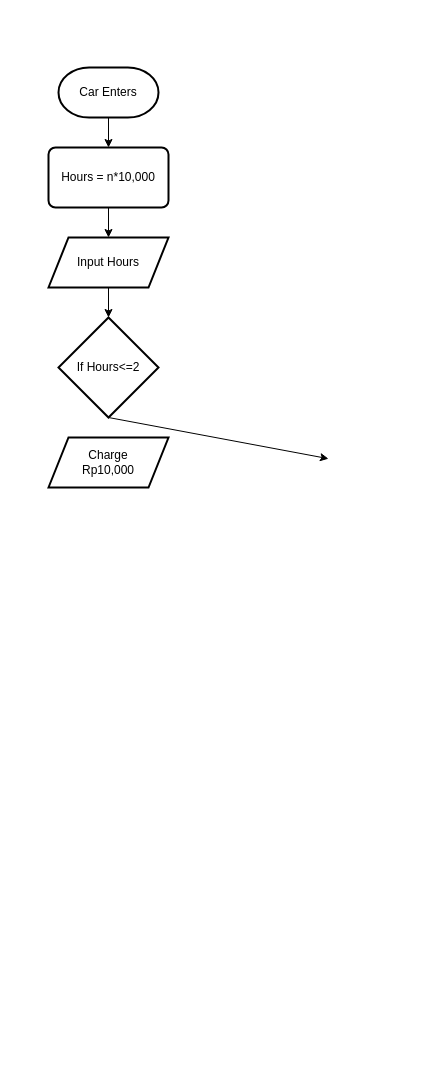
Above: Parking Tax.drawio in troders34/troders34 (draw.io), before the change. Source tidied: cells renumbered, new cells numbered last; positions are measured from the earlier drawing's top-left corner, leaving out a move shared by most shapes. Both pictures are drawn from the tidied source at 100%, with x=0, y=0 at pixel (48, 67).
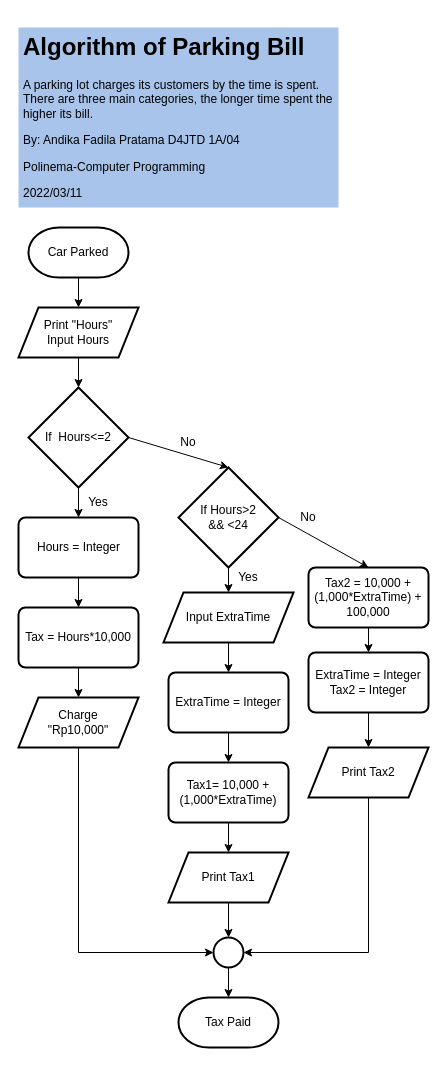
Above is the later version.

Change to the diagram source:
```diff
@@
+    <mxCell id="16" style="rounded=1;whiteSpace=wrap;html=1;absoluteArcSize=1;arcSize=14;strokeWidth=2;" parent="1" vertex="1">
+      <mxGeometry x="260" y="500" width="120" height="60" as="geometry" />
+    </mxCell>
+    <mxCell id="17" style="shape=parallelogram;perimeter=parallelogramPerimeter;whiteSpace=wrap;html=1;fixedSize=1;strokeWidth=2;" parent="1" vertex="1">
+      <mxGeometry x="115" y="525" width="130" height="50" as="geometry" />
+    </mxCell>
+    <mxCell id="18" style="strokeWidth=2;html=1;shape=mxgraph.flowchart.decision;whiteSpace=wrap;" parent="1" vertex="1">
+      <mxGeometry x="130" y="400" width="100" height="100" as="geometry" />
+    </mxCell>
     <mxCell id="2" style="strokeWidth=2;html=1;shape=mxgraph.flowchart.terminator;whiteSpace=wrap;" parent="1" vertex="1">
-      <mxGeometry x="10" width="100" height="50" as="geometry" />
+      <mxGeometry x="-20" y="160" width="100" height="50" as="geometry" />
     </mxCell>
-    <mxCell id="3" value="Car Enters" style="text;html=1;strokeColor=none;fillColor=none;align=center;verticalAlign=middle;whiteSpace=wrap;rounded=0;" parent="1" vertex="1">
-      <mxGeometry x="25" y="10" width="70" height="30" as="geometry" />
+    <mxCell id="3" value="Car Parked" style="text;html=1;strokeColor=none;fillColor=none;align=center;verticalAlign=middle;whiteSpace=wrap;rounded=0;" parent="1" vertex="1">
+      <mxGeometry x="-5" y="170" width="70" height="30" as="geometry" />
     </mxCell>
-    <mxCell id="4" style="endArrow=classic;html=1;rounded=0;exitX=0.5;exitY=1;exitDx=0;exitDy=0;exitPerimeter=0;entryX=0.5;entryY=0;entryDx=0;entryDy=0;" parent="1" edge="1" source="2" target="5">
-      <mxGeometry relative="1" as="geometry" />
-    </mxCell>
     <mxCell id="5" style="rounded=1;whiteSpace=wrap;html=1;absoluteArcSize=1;arcSize=14;strokeWidth=2;" parent="1" vertex="1">
-      <mxGeometry y="80" width="120" height="60" as="geometry" />
+      <mxGeometry x="-30" y="540" width="120" height="60" as="geometry" />
     </mxCell>
-    <mxCell id="6" value="Hours = n*10,000" style="text;html=1;strokeColor=none;fillColor=none;align=center;verticalAlign=middle;whiteSpace=wrap;rounded=0;" parent="1" vertex="1">
-      <mxGeometry x="10" y="95" width="100" height="30" as="geometry" />
+    <mxCell id="6" value="Tax = Hours*10,000" style="text;html=1;strokeColor=none;fillColor=none;align=center;verticalAlign=middle;whiteSpace=wrap;rounded=0;" parent="1" vertex="1">
+      <mxGeometry x="-30" y="555" width="120" height="30" as="geometry" />
     </mxCell>
-    <mxCell id="7" style="endArrow=classic;html=1;rounded=0;exitX=0.5;exitY=1;exitDx=0;exitDy=0;entryX=0.5;entryY=0;entryDx=0;entryDy=0;" parent="1" edge="1" source="5" target="8">
-      <mxGeometry relative="1" as="geometry" />
-    </mxCell>
     <mxCell id="8" style="shape=parallelogram;perimeter=parallelogramPerimeter;whiteSpace=wrap;html=1;fixedSize=1;strokeWidth=2;" parent="1" vertex="1">
-      <mxGeometry y="170" width="120" height="50" as="geometry" />
+      <mxGeometry x="-30" y="240" width="120" height="50" as="geometry" />
     </mxCell>
-    <mxCell id="9" value="Input Hours" style="text;html=1;strokeColor=none;fillColor=none;align=center;verticalAlign=middle;whiteSpace=wrap;rounded=0;" parent="1" vertex="1">
-      <mxGeometry x="15" y="180" width="90" height="30" as="geometry" />
+    <mxCell id="9" value="&lt;div&gt;Print &quot;Hours&quot;&lt;br&gt;&lt;/div&gt;&lt;div&gt;Input Hours&lt;/div&gt;" style="text;html=1;strokeColor=none;fillColor=none;align=center;verticalAlign=middle;whiteSpace=wrap;rounded=0;" parent="1" vertex="1">
+      <mxGeometry x="-15" y="250" width="90" height="30" as="geometry" />
     </mxCell>
@@
     <mxCell id="11" style="strokeWidth=2;html=1;shape=mxgraph.flowchart.decision;whiteSpace=wrap;" parent="1" vertex="1">
-      <mxGeometry x="10" y="250" width="100" height="100" as="geometry" />
+      <mxGeometry x="-20" y="320" width="100" height="100" as="geometry" />
     </mxCell>
-    <mxCell id="12" value="If Hours&amp;lt;=2" style="text;html=1;strokeColor=none;fillColor=none;align=center;verticalAlign=middle;whiteSpace=wrap;rounded=0;" parent="1" vertex="1">
-      <mxGeometry x="25" y="285" width="70" height="30" as="geometry" />
+    <mxCell id="12" value="If&amp;nbsp; Hours&amp;lt;=2" style="text;html=1;strokeColor=none;fillColor=none;align=center;verticalAlign=middle;whiteSpace=wrap;rounded=0;" parent="1" vertex="1">
+      <mxGeometry x="-5" y="355" width="70" height="30" as="geometry" />
     </mxCell>
-    <mxCell id="13" style="endArrow=classic;html=1;rounded=0;exitX=0.5;exitY=1;exitDx=0;exitDy=0;exitPerimeter=0;" parent="1" edge="1" source="11">
-      <mxGeometry relative="1" as="geometry">
-        <mxPoint x="280" y="391.2" as="targetPoint" />
-      </mxGeometry>
-    </mxCell>
     <mxCell id="14" style="shape=parallelogram;perimeter=parallelogramPerimeter;whiteSpace=wrap;html=1;fixedSize=1;strokeWidth=2;" parent="1" vertex="1">
-      <mxGeometry y="370" width="120" height="50" as="geometry" />
+      <mxGeometry x="-30" y="630" width="120" height="50" as="geometry" />
     </mxCell>
-    <mxCell id="15" value="Charge Rp10,000" style="text;html=1;strokeColor=none;fillColor=none;align=center;verticalAlign=middle;whiteSpace=wrap;rounded=0;" parent="1" vertex="1">
-      <mxGeometry x="30" y="380" width="60" height="30" as="geometry" />
+    <mxCell id="15" value="Charge &quot;Rp10,000&quot;" style="text;html=1;strokeColor=none;fillColor=none;align=center;verticalAlign=middle;whiteSpace=wrap;rounded=0;" parent="1" vertex="1">
+      <mxGeometry y="640" width="60" height="30" as="geometry" />
     </mxCell>
+    <mxCell id="19" style="endArrow=classic;html=1;rounded=0;exitX=0.5;exitY=1;exitDx=0;exitDy=0;entryX=0.5;entryY=0;entryDx=0;entryDy=0;" parent="1" edge="1" source="5" target="14">
+      <mxGeometry relative="1" as="geometry" />
+    </mxCell>
+    <mxCell id="20" value="Yes" style="text;html=1;strokeColor=none;fillColor=none;align=center;verticalAlign=middle;whiteSpace=wrap;rounded=0;" parent="1" vertex="1">
+      <mxGeometry x="30" y="420" width="40" height="30" as="geometry" />
+    </mxCell>
+    <mxCell id="21" style="rounded=1;whiteSpace=wrap;html=1;absoluteArcSize=1;arcSize=14;strokeWidth=2;" parent="1" vertex="1">
+      <mxGeometry x="-30" y="450" width="120" height="60" as="geometry" />
+    </mxCell>
+    <mxCell id="22" style="endArrow=classic;html=1;rounded=0;exitX=0.5;exitY=1;exitDx=0;exitDy=0;exitPerimeter=0;entryX=0.5;entryY=0;entryDx=0;entryDy=0;" parent="1" edge="1" source="11" target="21">
+      <mxGeometry relative="1" as="geometry" />
+    </mxCell>
+    <mxCell id="23" value="Hours = Integer" style="text;html=1;strokeColor=none;fillColor=none;align=center;verticalAlign=middle;whiteSpace=wrap;rounded=0;" parent="1" vertex="1">
+      <mxGeometry x="-17.5" y="465" width="95" height="30" as="geometry" />
+    </mxCell>
+    <mxCell id="24" style="endArrow=classic;html=1;rounded=0;exitX=0.5;exitY=1;exitDx=0;exitDy=0;entryX=0.5;entryY=0;entryDx=0;entryDy=0;" parent="1" edge="1" source="21" target="5">
+      <mxGeometry relative="1" as="geometry" />
+    </mxCell>
+    <mxCell id="25" style="endArrow=classic;html=1;rounded=0;exitX=1;exitY=0.5;exitDx=0;exitDy=0;exitPerimeter=0;entryX=0.5;entryY=0;entryDx=0;entryDy=0;entryPerimeter=0;" parent="1" edge="1" source="11" target="18">
+      <mxGeometry relative="1" as="geometry" />
+    </mxCell>
+    <mxCell id="26" value="If Hours&amp;gt;2 &amp;amp;&amp;amp; &amp;lt;24" style="text;html=1;strokeColor=none;fillColor=none;align=center;verticalAlign=middle;whiteSpace=wrap;rounded=0;" parent="1" vertex="1">
+      <mxGeometry x="145" y="435" width="70" height="30" as="geometry" />
+    </mxCell>
+    <mxCell id="27" value="No" style="text;html=1;strokeColor=none;fillColor=none;align=center;verticalAlign=middle;whiteSpace=wrap;rounded=0;" parent="1" vertex="1">
+      <mxGeometry x="110" y="360" width="60" height="30" as="geometry" />
+    </mxCell>
+    <mxCell id="28" style="endArrow=classic;html=1;rounded=0;exitX=0.5;exitY=1;exitDx=0;exitDy=0;exitPerimeter=0;entryX=0.5;entryY=0;entryDx=0;entryDy=0;" parent="1" edge="1" source="18" target="17">
+      <mxGeometry relative="1" as="geometry" />
+    </mxCell>
+    <mxCell id="29" style="rounded=1;whiteSpace=wrap;html=1;absoluteArcSize=1;arcSize=14;strokeWidth=2;" parent="1" vertex="1">
+      <mxGeometry x="120" y="605" width="120" height="60" as="geometry" />
+    </mxCell>
+    <mxCell id="30" value="&lt;div&gt;ExtraTime = Integer&lt;br&gt;&lt;/div&gt;" style="text;html=1;strokeColor=none;fillColor=none;align=center;verticalAlign=middle;whiteSpace=wrap;rounded=0;" parent="1" vertex="1">
+      <mxGeometry x="121.2" y="620" width="117.5" height="30" as="geometry" />
+    </mxCell>
+    <mxCell id="31" style="rounded=1;whiteSpace=wrap;html=1;absoluteArcSize=1;arcSize=14;strokeWidth=2;" parent="1" vertex="1">
+      <mxGeometry x="120" y="695" width="120" height="60" as="geometry" />
+    </mxCell>
+    <mxCell id="32" value="Tax1= 10,000 + (1,000*ExtraTime)" style="text;html=1;strokeColor=none;fillColor=none;align=center;verticalAlign=middle;whiteSpace=wrap;rounded=0;" parent="1" vertex="1">
+      <mxGeometry x="115" y="710" width="130" height="30" as="geometry" />
+    </mxCell>
+    <mxCell id="33" value="Input ExtraTime" style="text;html=1;strokeColor=none;fillColor=none;align=center;verticalAlign=middle;whiteSpace=wrap;rounded=0;" parent="1" vertex="1">
+      <mxGeometry x="130" y="535" width="100" height="30" as="geometry" />
+    </mxCell>
+    <mxCell id="34" style="endArrow=classic;html=1;rounded=0;exitX=0.5;exitY=1;exitDx=0;exitDy=0;entryX=0.5;entryY=0;entryDx=0;entryDy=0;" parent="1" edge="1" source="17" target="29">
+      <mxGeometry relative="1" as="geometry" />
+    </mxCell>
+    <mxCell id="35" style="endArrow=classic;html=1;rounded=0;exitX=0.5;exitY=1;exitDx=0;exitDy=0;entryX=0.5;entryY=0;entryDx=0;entryDy=0;" parent="1" edge="1" source="29" target="31">
+      <mxGeometry relative="1" as="geometry" />
+    </mxCell>
+    <mxCell id="36" style="endArrow=classic;html=1;rounded=0;exitX=0.5;exitY=1;exitDx=0;exitDy=0;entryX=0.5;entryY=0;entryDx=0;entryDy=0;" parent="1" edge="1" source="31" target="37">
+      <mxGeometry relative="1" as="geometry" />
+    </mxCell>
+    <mxCell id="37" style="shape=parallelogram;perimeter=parallelogramPerimeter;whiteSpace=wrap;html=1;fixedSize=1;strokeWidth=2;" parent="1" vertex="1">
+      <mxGeometry x="120" y="785" width="120" height="50" as="geometry" />
+    </mxCell>
+    <mxCell id="38" value="Print Tax1" style="text;html=1;strokeColor=none;fillColor=none;align=center;verticalAlign=middle;whiteSpace=wrap;rounded=0;" parent="1" vertex="1">
+      <mxGeometry x="150" y="795" width="60" height="30" as="geometry" />
+    </mxCell>
+    <mxCell id="39" style="endArrow=classic;html=1;rounded=0;exitX=1;exitY=0.5;exitDx=0;exitDy=0;exitPerimeter=0;entryX=0.5;entryY=0;entryDx=0;entryDy=0;" parent="1" edge="1" source="18" target="16">
+      <mxGeometry relative="1" as="geometry" />
+    </mxCell>
+    <mxCell id="40" value="Yes" style="text;html=1;strokeColor=none;fillColor=none;align=center;verticalAlign=middle;whiteSpace=wrap;rounded=0;" parent="1" vertex="1">
+      <mxGeometry x="180" y="495" width="40" height="30" as="geometry" />
+    </mxCell>
+    <mxCell id="41" value="No" style="text;html=1;strokeColor=none;fillColor=none;align=center;verticalAlign=middle;whiteSpace=wrap;rounded=0;" parent="1" vertex="1">
+      <mxGeometry x="230" y="435" width="60" height="30" as="geometry" />
+    </mxCell>
+    <mxCell id="42" value="Tax2 = 10,000 + (1,000*ExtraTime) + 100,000" style="text;html=1;strokeColor=none;fillColor=none;align=center;verticalAlign=middle;whiteSpace=wrap;rounded=0;" parent="1" vertex="1">
+      <mxGeometry x="260" y="515" width="120" height="30" as="geometry" />
+    </mxCell>
+    <mxCell id="43" style="rounded=1;whiteSpace=wrap;html=1;absoluteArcSize=1;arcSize=14;strokeWidth=2;" parent="1" vertex="1">
+      <mxGeometry x="260" y="585" width="120" height="60" as="geometry" />
+    </mxCell>
+    <mxCell id="44" style="endArrow=classic;html=1;rounded=0;exitX=0.5;exitY=1;exitDx=0;exitDy=0;entryX=0.5;entryY=0;entryDx=0;entryDy=0;" parent="1" edge="1" source="16" target="43">
+      <mxGeometry relative="1" as="geometry" />
+    </mxCell>
+    <mxCell id="45" value="&lt;div&gt;ExtraTime = Integer&lt;/div&gt;&lt;div&gt;Tax2 = Integer&lt;br&gt;&lt;/div&gt;" style="text;html=1;strokeColor=none;fillColor=none;align=center;verticalAlign=middle;whiteSpace=wrap;rounded=0;" parent="1" vertex="1">
+      <mxGeometry x="260" y="600" width="120" height="30" as="geometry" />
+    </mxCell>
+    <mxCell id="46" style="endArrow=classic;html=1;rounded=0;exitX=0.5;exitY=1;exitDx=0;exitDy=0;entryX=0.5;entryY=0;entryDx=0;entryDy=0;" parent="1" edge="1" source="43" target="47">
+      <mxGeometry relative="1" as="geometry" />
+    </mxCell>
+    <mxCell id="47" style="shape=parallelogram;perimeter=parallelogramPerimeter;whiteSpace=wrap;html=1;fixedSize=1;strokeWidth=2;" parent="1" vertex="1">
+      <mxGeometry x="260" y="680" width="120" height="50" as="geometry" />
+    </mxCell>
+    <mxCell id="48" value="Print Tax2" style="text;html=1;strokeColor=none;fillColor=none;align=center;verticalAlign=middle;whiteSpace=wrap;rounded=0;" parent="1" vertex="1">
+      <mxGeometry x="290" y="690" width="60" height="30" as="geometry" />
+    </mxCell>
+    <mxCell id="49" style="ellipse;whiteSpace=wrap;html=1;strokeWidth=2;" parent="1" vertex="1">
+      <mxGeometry x="165" y="870" width="30" height="30" as="geometry" />
+    </mxCell>
+    <mxCell id="50" style="endArrow=classic;html=1;rounded=0;exitX=0.5;exitY=1;exitDx=0;exitDy=0;entryX=0;entryY=0.5;entryDx=0;entryDy=0;" parent="1" edge="1" source="14" target="49">
+      <mxGeometry relative="1" as="geometry">
+        <Array as="points">
+          <mxPoint x="30" y="885" />
+        </Array>
+      </mxGeometry>
+    </mxCell>
+    <mxCell id="51" style="endArrow=classic;html=1;rounded=0;exitX=0.5;exitY=1;exitDx=0;exitDy=0;entryX=0.5;entryY=0;entryDx=0;entryDy=0;" parent="1" edge="1" source="37" target="49">
+      <mxGeometry relative="1" as="geometry" />
+    </mxCell>
+    <mxCell id="52" style="endArrow=classic;html=1;rounded=0;exitX=0.5;exitY=1;exitDx=0;exitDy=0;entryX=1;entryY=0.5;entryDx=0;entryDy=0;" parent="1" edge="1" source="47" target="49">
+      <mxGeometry relative="1" as="geometry">
+        <Array as="points">
+          <mxPoint x="320" y="885" />
+        </Array>
+      </mxGeometry>
+    </mxCell>
+    <mxCell id="53" style="strokeWidth=2;html=1;shape=mxgraph.flowchart.terminator;whiteSpace=wrap;" parent="1" vertex="1">
+      <mxGeometry x="130" y="930" width="100" height="50" as="geometry" />
+    </mxCell>
+    <mxCell id="54" style="endArrow=classic;html=1;rounded=0;strokeWidth=1;exitX=0.5;exitY=1;exitDx=0;exitDy=0;entryX=0.5;entryY=0;entryDx=0;entryDy=0;entryPerimeter=0;" parent="1" edge="1" source="49" target="53">
+      <mxGeometry relative="1" as="geometry" />
+    </mxCell>
+    <mxCell id="55" value="Tax Paid" style="text;html=1;strokeColor=none;fillColor=none;align=center;verticalAlign=middle;whiteSpace=wrap;rounded=0;" parent="1" vertex="1">
+      <mxGeometry x="150" y="940" width="60" height="30" as="geometry" />
+    </mxCell>
+    <mxCell id="56" style="endArrow=classic;html=1;rounded=0;strokeWidth=1;exitX=0.5;exitY=1;exitDx=0;exitDy=0;exitPerimeter=0;entryX=0.5;entryY=0;entryDx=0;entryDy=0;" parent="1" edge="1" source="2" target="8">
+      <mxGeometry relative="1" as="geometry" />
+    </mxCell>
+    <mxCell id="57" value="&lt;h1&gt;Algorithm of Parking Bill&lt;br&gt;&lt;/h1&gt;&lt;p&gt;A parking lot charges its customers by the time is spent. There are three main categories, the longer time spent the higher its bill.&lt;/p&gt;&lt;p&gt;By: Andika Fadila Pratama D4JTD 1A/04&lt;/p&gt;&lt;p&gt;Polinema-Computer Programming&lt;/p&gt;&lt;p&gt;2022/03/11&lt;br&gt;&lt;/p&gt;" style="text;html=1;strokeColor=none;fillColor=#A9C4EB;spacing=5;spacingTop=-20;whiteSpace=wrap;overflow=hidden;rounded=0;" parent="1" vertex="1">
+      <mxGeometry x="-30" y="-40" width="320" height="180" as="geometry" />
+    </mxCell>
```
